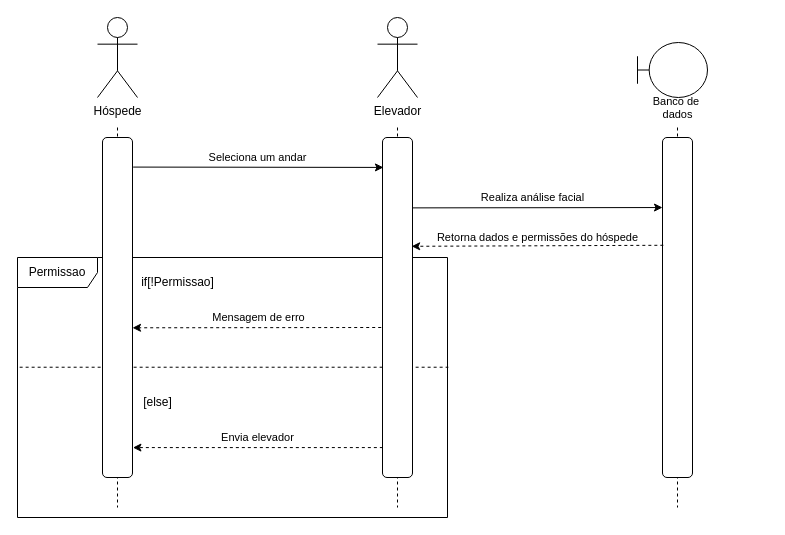
This is UC_01.drawio from joca2511/projElevadorUML, a draw.io file, before an edit. Source tidied: cells renumbered, new cells numbered last; positions are measured from the earlier drawing's top-left corner, leaving out a move shared by most shapes. Both pictures are drawn from the tidied source at 100%, with x=0, y=0 at pixel (17, 17).
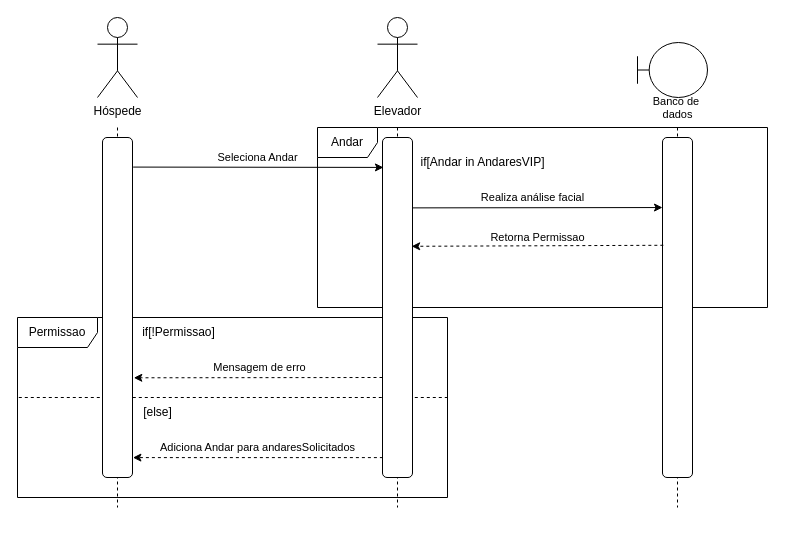
After the change.

Unchanged cells that the change refers to:
```xml
<mxCell id="6" style="rounded=1;whiteSpace=wrap;html=1;" parent="1" vertex="1">
  <mxGeometry x="85" y="120" width="30" height="340" as="geometry" />
</mxCell>
<mxCell id="10" style="rounded=1;whiteSpace=wrap;html=1;" parent="1" vertex="1">
  <mxGeometry x="365" y="120" width="30" height="340" as="geometry" />
</mxCell>
<mxCell id="13" style="rounded=1;whiteSpace=wrap;html=1;" parent="1" vertex="1">
  <mxGeometry x="645" y="120" width="30" height="340" as="geometry" />
</mxCell>
```

The edit, as a diff of the source:
```diff
@@
+    <mxCell id="21" value="Andar" style="shape=umlFrame;whiteSpace=wrap;html=1;" parent="1" vertex="1">
+      <mxGeometry x="300" y="110" width="450" height="180" as="geometry" />
+    </mxCell>
-    <mxCell id="2" style="endArrow=none;html=1;rounded=0;exitX=0.005;exitY=0.422;exitDx=0;exitDy=0;exitPerimeter=0;entryX=1.002;entryY=0.422;entryDx=0;entryDy=0;entryPerimeter=0;dashed=1;" parent="1" edge="1" source="3" target="3">
-      <mxGeometry relative="1" as="geometry" />
+    <mxCell id="2" style="endArrow=none;html=1;rounded=0;exitX=0.005;exitY=0.422;exitDx=0;exitDy=0;exitPerimeter=0;entryX=1.002;entryY=0.422;entryDx=0;entryDy=0;entryPerimeter=0;dashed=1;" parent="1" edge="1">
+      <mxGeometry relative="1" as="geometry">
+        <mxPoint x="1.3" y="380" as="sourcePoint" />
+        <mxPoint x="430" y="380" as="targetPoint" />
+      </mxGeometry>
     </mxCell>
     <mxCell id="3" value="Permissao" style="shape=umlFrame;whiteSpace=wrap;html=1;width=80;height=30;" parent="1" vertex="1">
-      <mxGeometry y="240" width="430" height="260" as="geometry" />
+      <mxGeometry y="300" width="430" height="180" as="geometry" />
     </mxCell>
@@
-    <mxCell id="7" value="Seleciona um andar" style="endArrow=classic;html=1;rounded=0;exitX=1.022;exitY=0.087;exitDx=0;exitDy=0;exitPerimeter=0;entryX=0.031;entryY=0.088;entryDx=0;entryDy=0;entryPerimeter=0;" parent="1" edge="1" source="6" target="10">
+    <mxCell id="7" value="Seleciona Andar" style="endArrow=classic;html=1;rounded=0;exitX=1.022;exitY=0.087;exitDx=0;exitDy=0;exitPerimeter=0;entryX=0.031;entryY=0.088;entryDx=0;entryDy=0;entryPerimeter=0;" parent="1" edge="1" source="6" target="10">
       <mxGeometry x="-0.01" y="10" relative="1" as="geometry" />
     </mxCell>
@@
-    <mxCell id="14" value="Retorna dados e permissões do hóspede" style="endArrow=classic;html=1;rounded=0;entryX=0.972;entryY=0.32;entryDx=0;entryDy=0;entryPerimeter=0;exitX=0.028;exitY=0.317;exitDx=0;exitDy=0;exitPerimeter=0;dashed=1;" parent="1" edge="1" source="13" target="10">
+    <mxCell id="14" value="Retorna Permissao" style="endArrow=classic;html=1;rounded=0;entryX=0.972;entryY=0.32;entryDx=0;entryDy=0;entryPerimeter=0;exitX=0.028;exitY=0.317;exitDx=0;exitDy=0;exitPerimeter=0;dashed=1;" parent="1" edge="1" source="13" target="10">
       <mxGeometry y="-8" relative="1" as="geometry" />
     </mxCell>
     <mxCell id="15" value="Mensagem de erro" style="endArrow=classic;html=1;rounded=0;entryX=1.011;entryY=0.442;entryDx=0;entryDy=0;entryPerimeter=0;dashed=1;" parent="1" edge="1">
       <mxGeometry x="-0.01" y="-10" relative="1" as="geometry">
-        <mxPoint x="363.7" y="310" as="sourcePoint" />
-        <mxPoint x="115" y="310.3" as="targetPoint" />
+        <mxPoint x="365" y="360" as="sourcePoint" />
+        <mxPoint x="116.3" y="360.3" as="targetPoint" />
       </mxGeometry>
     </mxCell>
     <mxCell id="16" value="if[!Permissao]" style="text;html=1;align=center;verticalAlign=middle;strokeColor=none;fillColor=none;" parent="1" vertex="1">
-      <mxGeometry x="110" y="250" width="100" height="30" as="geometry" />
+      <mxGeometry x="111.3" y="300" width="100" height="30" as="geometry" />
     </mxCell>
     <mxCell id="17" value="[else]" style="text;html=1;align=center;verticalAlign=middle;strokeColor=none;fillColor=none;" parent="1" vertex="1">
-      <mxGeometry x="115" y="370" width="50" height="30" as="geometry" />
+      <mxGeometry x="115" y="380" width="50" height="30" as="geometry" />
     </mxCell>
-    <mxCell id="18" value="Envia elevador" style="endArrow=classic;html=1;rounded=0;entryX=1.014;entryY=0.912;entryDx=0;entryDy=0;entryPerimeter=0;exitX=0.012;exitY=0.912;exitDx=0;exitDy=0;exitPerimeter=0;dashed=1;" parent="1" edge="1" source="10" target="6">
-      <mxGeometry y="-10" relative="1" as="geometry" />
+    <mxCell id="18" value="Adiciona Andar para andaresSolicitados" style="endArrow=classic;html=1;rounded=0;entryX=1.014;entryY=0.912;entryDx=0;entryDy=0;entryPerimeter=0;exitX=0.012;exitY=0.912;exitDx=0;exitDy=0;exitPerimeter=0;dashed=1;" parent="1" edge="1">
+      <mxGeometry y="-10" relative="1" as="geometry">
+        <mxPoint x="365.4" y="440.1" as="sourcePoint" />
+        <mxPoint x="115.4" y="440.1" as="targetPoint" />
+      </mxGeometry>
     </mxCell>
@@
+    <mxCell id="22" value="if[Andar in AndaresVIP]" style="text;html=1;align=center;verticalAlign=middle;strokeColor=none;fillColor=none;" parent="1" vertex="1">
+      <mxGeometry x="390" y="130" width="150" height="30" as="geometry" />
+    </mxCell>
```
